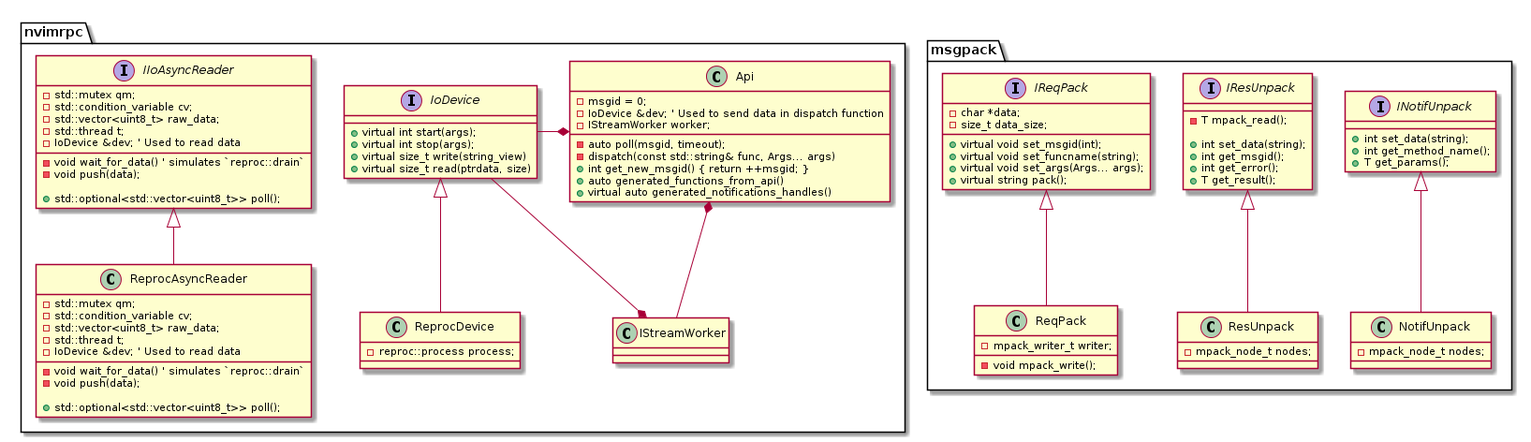
tricktux/rnvim keeps this PlantUML diagram as docs/neoarch.png. Above is the earlier version.
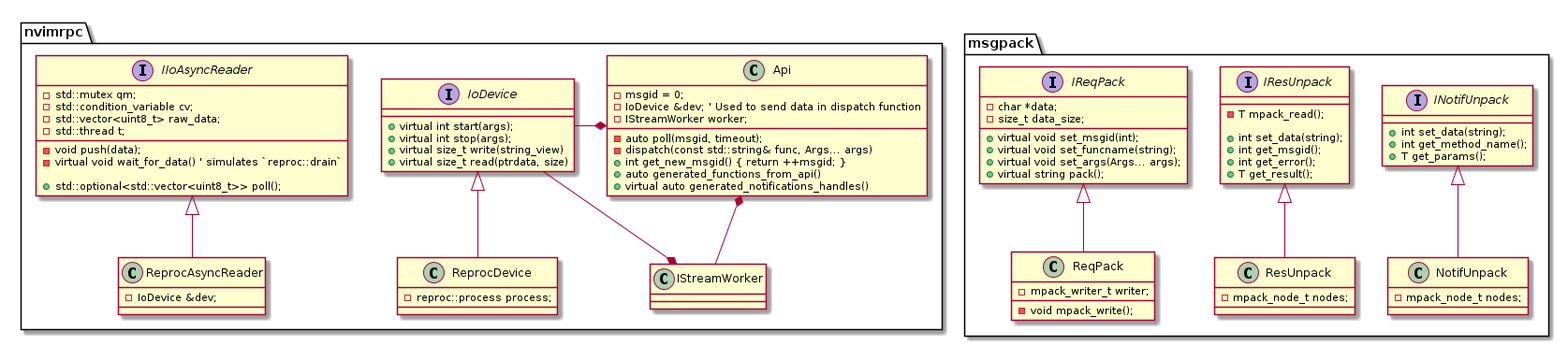
Later version of the same file.

The edit, as a diff of the source:
```diff
@@ -21,23 +21,14 @@
 	-std::condition_variable cv;
 	-std::vector<uint8_t> raw_data;
 	-std::thread t;
-	-IoDevice &dev; ' Used to read data
-	-void wait_for_data() ' simulates `reproc::drain`
 	-void push(data);
+  -virtual void wait_for_data() ' simulates `reproc::drain`
 
 	+std::optional<std::vector<uint8_t>> poll();
 }
 
 class nvimrpc::ReprocAsyncReader {
-	-std::mutex qm;
-	-std::condition_variable cv;
-	-std::vector<uint8_t> raw_data;
-	-std::thread t;
-	-IoDevice &dev; ' Used to read data
-	-void wait_for_data() ' simulates `reproc::drain`
-	-void push(data);
-
-	+std::optional<std::vector<uint8_t>> poll();
+	-IoDevice &dev;
 }
 
 nvimrpc::IIoAsyncReader <|-- nvimrpc::ReprocAsyncReader
```
